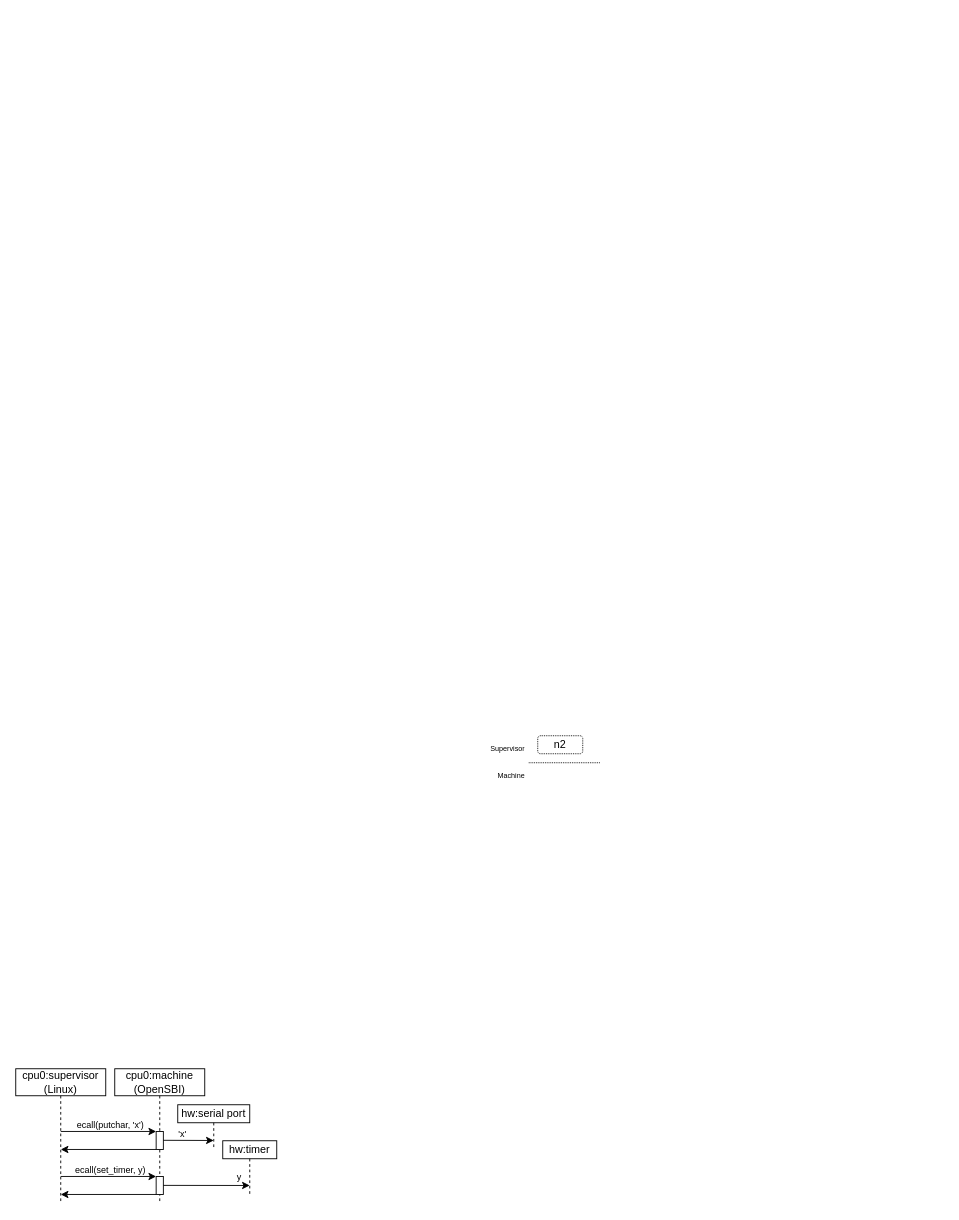
SpinalHDL/SpinalDoc keeps this draw.io diagram as page "Page-4" (4 of 4) of asset/diagram.drawio. Above is the earlier version. Source tidied: cells renumbered, new cells numbered last; positions are measured from the earlier drawing's top-left corner, leaving out a move shared by most shapes. Both pictures are drawn from the tidied source at 90%, with x=0, y=0 at pixel (15, 735).
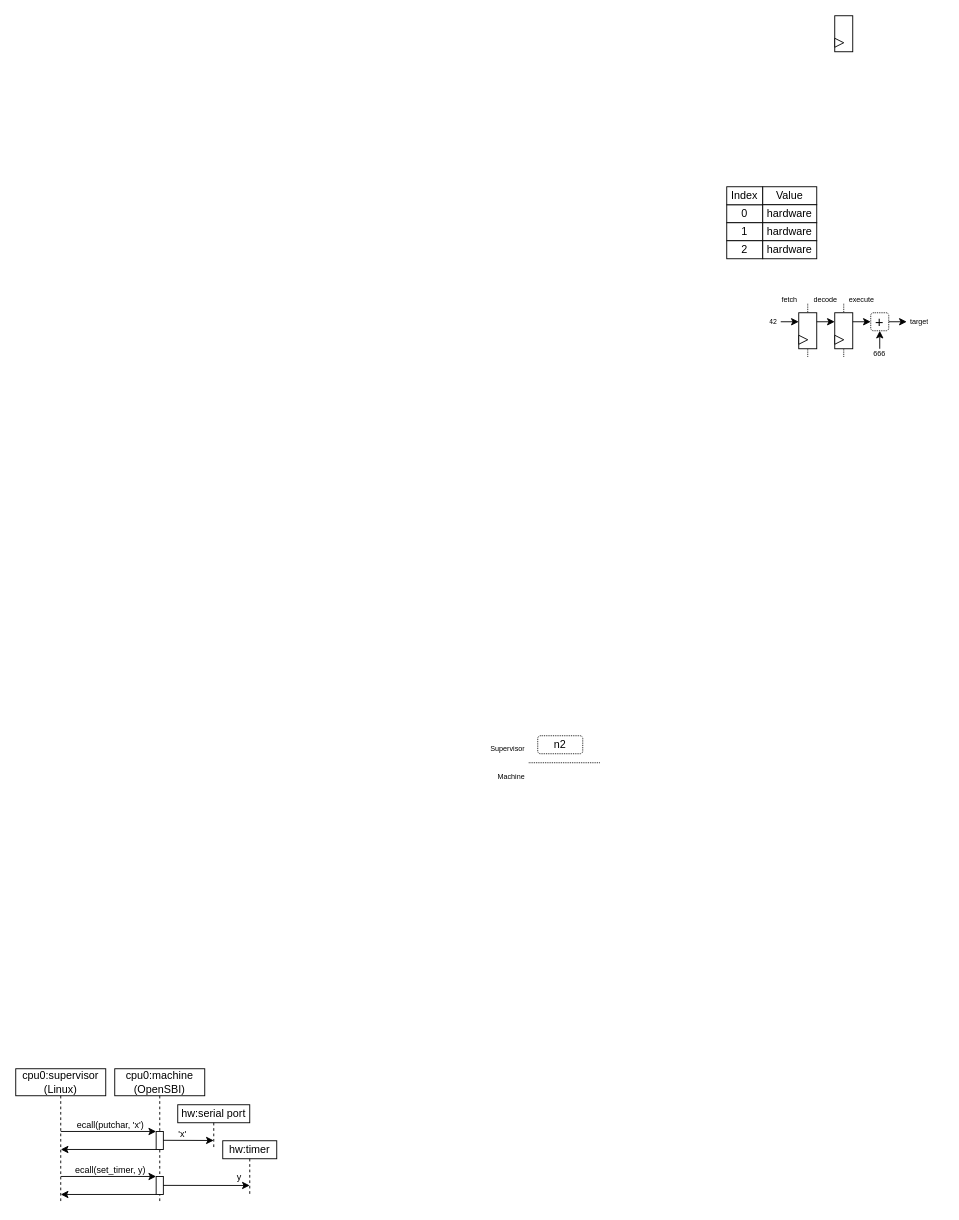
The same page after the edit.

Change to the diagram source:
```diff
@@
+    <mxCell id="22" style="endArrow=none;html=1;rounded=0;dashed=1;dashPattern=1 1;" parent="1" edge="1">
+      <mxGeometry relative="1" as="geometry">
+        <mxPoint x="880" y="-480" as="sourcePoint" />
+        <mxPoint x="880" y="-420" as="targetPoint" />
+      </mxGeometry>
+    </mxCell>
@@
+    <mxCell id="23" style="group;" parent="1" vertex="1">
+      <mxGeometry x="910" y="-800" width="20" height="40" as="geometry" />
+    </mxCell>
+    <mxCell id="24" style="rounded=0;whiteSpace=wrap;html=1;" parent="23" vertex="1">
+      <mxGeometry width="20" height="40" as="geometry" />
+    </mxCell>
+    <mxCell id="25" style="triangle;whiteSpace=wrap;html=1;rotation=0;" parent="23" vertex="1">
+      <mxGeometry y="25" width="10" height="10" as="geometry" />
+    </mxCell>
+    <mxCell id="26" value="&lt;font style=&quot;font-size: 12px&quot;&gt;0&lt;/font&gt;" style="rounded=0;whiteSpace=wrap;html=1;fontSize=8;" parent="1" vertex="1">
+      <mxGeometry x="790" y="-590" width="40" height="20" as="geometry" />
+    </mxCell>
+    <mxCell id="27" value="&lt;font style=&quot;font-size: 12px&quot;&gt;Index&lt;/font&gt;" style="rounded=0;whiteSpace=wrap;html=1;fontSize=8;" parent="1" vertex="1">
+      <mxGeometry x="790" y="-610" width="40" height="20" as="geometry" />
+    </mxCell>
+    <mxCell id="28" value="&lt;font style=&quot;font-size: 12px&quot;&gt;Value&lt;/font&gt;" style="rounded=0;whiteSpace=wrap;html=1;fontSize=8;" parent="1" vertex="1">
+      <mxGeometry x="830" y="-610" width="60" height="20" as="geometry" />
+    </mxCell>
+    <mxCell id="29" value="&lt;font style=&quot;font-size: 12px&quot;&gt;hardware&lt;/font&gt;" style="rounded=0;whiteSpace=wrap;html=1;fontSize=8;" parent="1" vertex="1">
+      <mxGeometry x="830" y="-590" width="60" height="20" as="geometry" />
+    </mxCell>
+    <mxCell id="30" value="&lt;font style=&quot;font-size: 12px&quot;&gt;1&lt;/font&gt;" style="rounded=0;whiteSpace=wrap;html=1;fontSize=8;" parent="1" vertex="1">
+      <mxGeometry x="790" y="-570" width="40" height="20" as="geometry" />
+    </mxCell>
+    <mxCell id="31" value="&lt;span style=&quot;font-size: 12px;&quot;&gt;2&lt;/span&gt;" style="rounded=0;whiteSpace=wrap;html=1;fontSize=8;" parent="1" vertex="1">
+      <mxGeometry x="790" y="-550" width="40" height="20" as="geometry" />
+    </mxCell>
+    <mxCell id="32" value="&lt;font style=&quot;font-size: 12px&quot;&gt;hardware&lt;/font&gt;" style="rounded=0;whiteSpace=wrap;html=1;fontSize=8;" parent="1" vertex="1">
+      <mxGeometry x="830" y="-570" width="60" height="20" as="geometry" />
+    </mxCell>
+    <mxCell id="33" value="&lt;font style=&quot;font-size: 12px&quot;&gt;hardware&lt;/font&gt;" style="rounded=0;whiteSpace=wrap;html=1;fontSize=8;" parent="1" vertex="1">
+      <mxGeometry x="830" y="-550" width="60" height="20" as="geometry" />
+    </mxCell>
+    <mxCell id="34" style="group;" parent="1" vertex="1">
+      <mxGeometry x="870" y="-470" width="20" height="40" as="geometry" />
+    </mxCell>
+    <mxCell id="35" style="rounded=0;whiteSpace=wrap;html=1;" parent="34" vertex="1">
+      <mxGeometry width="20" height="40" as="geometry" />
+    </mxCell>
+    <mxCell id="36" style="triangle;whiteSpace=wrap;html=1;rotation=0;" parent="34" vertex="1">
+      <mxGeometry y="25" width="10" height="10" as="geometry" />
+    </mxCell>
+    <mxCell id="37" value="fetch" style="text;strokeColor=none;fillColor=none;align=center;verticalAlign=middle;spacingLeft=4;spacingRight=4;overflow=hidden;dashed=1;html=1;fontSize=8;spacing=0;" parent="1" vertex="1">
+      <mxGeometry x="840" y="-490" width="40" height="10" as="geometry" />
+    </mxCell>
+    <mxCell id="38" style="edgeStyle=orthogonalEdgeStyle;rounded=0;jettySize=auto;html=1;exitX=1;exitY=0.25;exitDx=0;exitDy=0;entryX=0;entryY=0.25;entryDx=0;entryDy=0;" parent="1" edge="1" source="35" target="41">
+      <mxGeometry relative="1" as="geometry" />
+    </mxCell>
+    <mxCell id="39" style="endArrow=none;html=1;rounded=0;dashed=1;dashPattern=1 1;" parent="1" edge="1">
+      <mxGeometry relative="1" as="geometry">
+        <mxPoint x="920" y="-480" as="sourcePoint" />
+        <mxPoint x="920" y="-420" as="targetPoint" />
+      </mxGeometry>
+    </mxCell>
+    <mxCell id="40" style="group;" parent="1" vertex="1">
+      <mxGeometry x="910" y="-470" width="20" height="40" as="geometry" />
+    </mxCell>
+    <mxCell id="41" style="rounded=0;whiteSpace=wrap;html=1;" parent="40" vertex="1">
+      <mxGeometry width="20" height="40" as="geometry" />
+    </mxCell>
+    <mxCell id="42" style="triangle;whiteSpace=wrap;html=1;rotation=0;" parent="40" vertex="1">
+      <mxGeometry y="25" width="10" height="10" as="geometry" />
+    </mxCell>
+    <mxCell id="43" value="decode" style="text;strokeColor=none;fillColor=none;align=center;verticalAlign=middle;spacingLeft=4;spacingRight=4;overflow=hidden;dashed=1;html=1;fontSize=8;spacing=0;" parent="1" vertex="1">
+      <mxGeometry x="880" y="-490" width="40" height="10" as="geometry" />
+    </mxCell>
+    <mxCell id="44" value="execute" style="text;strokeColor=none;fillColor=none;align=center;verticalAlign=middle;spacingLeft=4;spacingRight=4;overflow=hidden;dashed=1;html=1;fontSize=8;spacing=0;" parent="1" vertex="1">
+      <mxGeometry x="920" y="-490" width="40" height="10" as="geometry" />
+    </mxCell>
+    <mxCell id="45" style="edgeStyle=orthogonalEdgeStyle;rounded=0;jettySize=auto;html=1;exitX=1;exitY=0.25;exitDx=0;exitDy=0;" parent="1" edge="1" source="41">
+      <mxGeometry relative="1" as="geometry">
+        <mxPoint x="950" y="-460" as="targetPoint" />
+      </mxGeometry>
+    </mxCell>
+    <mxCell id="46" value="&lt;font style=&quot;font-size: 16px;&quot;&gt;+&lt;/font&gt;" style="rounded=1;whiteSpace=wrap;html=1;fontSize=16;strokeWidth=1;dashed=1;dashPattern=1 1;verticalAlign=middle;" parent="1" vertex="1">
+      <mxGeometry x="950" y="-470" width="20" height="20" as="geometry" />
+    </mxCell>
+    <mxCell id="47" style="edgeStyle=orthogonalEdgeStyle;rounded=0;orthogonalLoop=1;jettySize=auto;html=1;" parent="1" edge="1">
+      <mxGeometry relative="1" as="geometry">
+        <mxPoint x="960" y="-430" as="sourcePoint" />
+        <mxPoint x="960" y="-450" as="targetPoint" />
+      </mxGeometry>
+    </mxCell>
+    <mxCell id="48" value="666" style="text;strokeColor=none;fillColor=none;align=center;verticalAlign=middle;spacingLeft=4;spacingRight=4;overflow=hidden;dashed=1;html=1;fontSize=8;spacing=0;" parent="1" vertex="1">
+      <mxGeometry x="940" y="-430" width="40" height="10" as="geometry" />
+    </mxCell>
+    <mxCell id="49" style="edgeStyle=orthogonalEdgeStyle;rounded=0;jettySize=auto;html=1;exitX=1;exitY=0.5;exitDx=0;exitDy=0;" parent="1" edge="1" source="46">
+      <mxGeometry relative="1" as="geometry">
+        <mxPoint x="990" y="-460" as="targetPoint" />
+        <Array as="points">
+          <mxPoint x="990" y="-460" />
+          <mxPoint x="990" y="-460" />
+        </Array>
+      </mxGeometry>
+    </mxCell>
+    <mxCell id="50" style="edgeStyle=orthogonalEdgeStyle;rounded=0;orthogonalLoop=1;jettySize=auto;html=1;" parent="1" edge="1">
+      <mxGeometry relative="1" as="geometry">
+        <mxPoint x="850" y="-460" as="sourcePoint" />
+        <mxPoint x="870" y="-460" as="targetPoint" />
+      </mxGeometry>
+    </mxCell>
+    <mxCell id="51" value="42" style="text;strokeColor=none;fillColor=none;align=center;verticalAlign=middle;spacingLeft=4;spacingRight=4;overflow=hidden;dashed=1;html=1;fontSize=8;spacing=0;" parent="1" vertex="1">
+      <mxGeometry x="822" y="-465" width="40" height="10" as="geometry" />
+    </mxCell>
+    <mxCell id="52" value="target" style="text;strokeColor=none;fillColor=none;align=left;verticalAlign=middle;spacingLeft=4;spacingRight=4;overflow=hidden;dashed=1;html=1;fontSize=8;spacing=0;" parent="1" vertex="1">
+      <mxGeometry x="990" y="-465" width="40" height="10" as="geometry" />
+    </mxCell>
```
